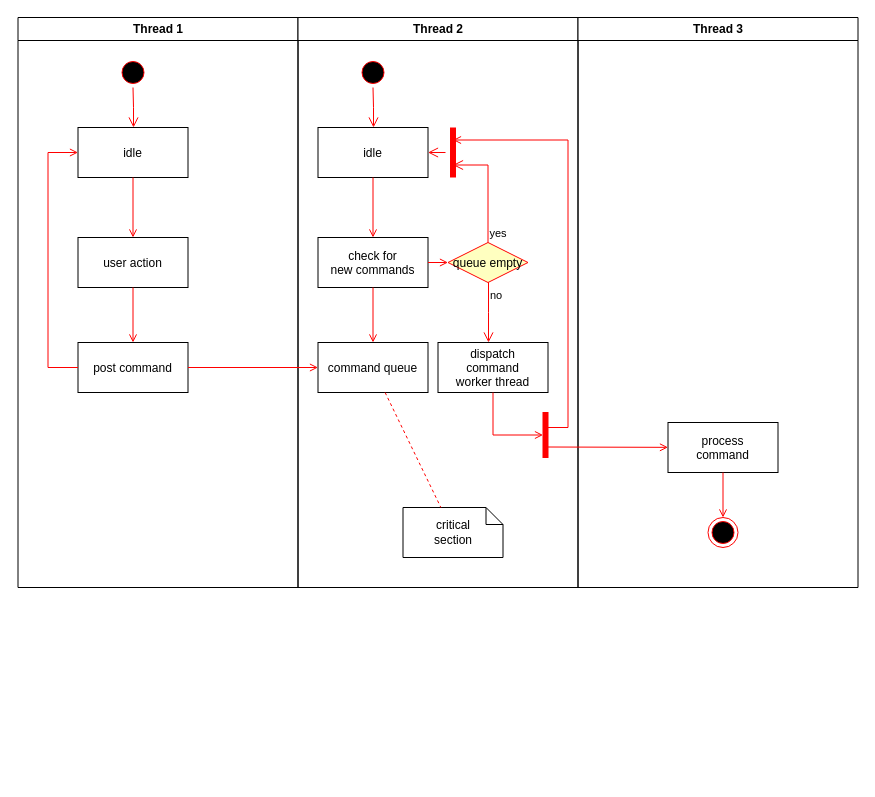
Before: dodo-status/Untitled Diagram.drawio in sa1i/diagrams, a draw.io diagram. Source tidied: cells renumbered, new cells numbered last; positions are measured from the earlier drawing's top-left corner, leaving out a move shared by most shapes. Both pictures are drawn from the tidied source at 100%, with x=0, y=0 at pixel (17, 17).
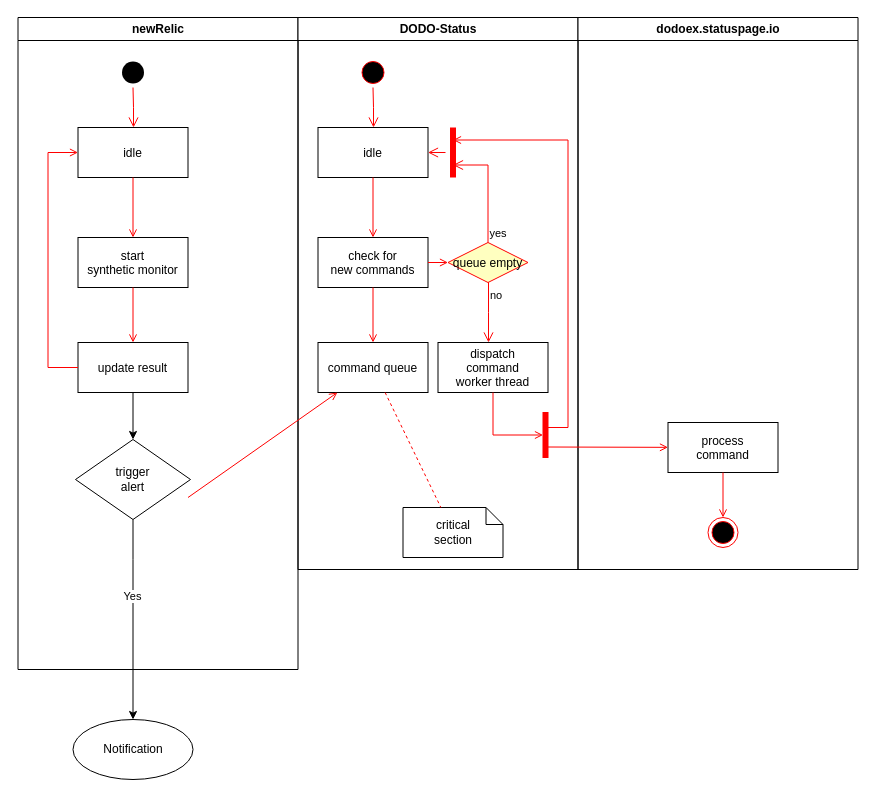
The same page after the edit.

The change refers to these unchanged cells:
```xml
<mxCell id="17" value="command queue" parent="11" vertex="1">
  <mxGeometry x="20" y="325" width="110" height="50" as="geometry" />
</mxCell>
```

Change to the diagram source:
```diff
@@
-    <mxCell id="2" value="Thread 1" style="swimlane;whiteSpace=wrap;" parent="1" vertex="1">
-      <mxGeometry x="0.5" width="280" height="570" as="geometry" />
+    <mxCell id="2" value="newRelic" style="swimlane;whiteSpace=wrap;" parent="1" vertex="1">
+      <mxGeometry x="0.5" width="280" height="652" as="geometry" />
     </mxCell>
-    <mxCell id="3" style="ellipse;shape=startState;fillColor=#000000;strokeColor=#ff0000;" parent="2" vertex="1">
+    <mxCell id="3" style="ellipse;shape=startState;fillColor=#000000;strokeColor=none;" parent="2" vertex="1">
       <mxGeometry x="100" y="40" width="30" height="30" as="geometry" />
     </mxCell>
@@
-    <mxCell id="6" value="user action" parent="2" vertex="1">
+    <mxCell id="6" value="start &#10;synthetic monitor" parent="2" vertex="1">
       <mxGeometry x="60" y="220" width="110" height="50" as="geometry" />
     </mxCell>
@@
-    <mxCell id="8" value="post command" parent="2" vertex="1">
+    <mxCell id="8" value="update result" parent="2" vertex="1">
       <mxGeometry x="60" y="325" width="110" height="50" as="geometry" />
     </mxCell>
@@
+    <mxCell id="37" value="trigger &lt;br&gt;alert" style="rhombus;whiteSpace=wrap;html=1;strokeColor=default;" parent="2" vertex="1">
+      <mxGeometry x="57.5" y="422" width="115" height="80" as="geometry" />
+    </mxCell>
+    <mxCell id="38" style="edgeStyle=orthogonalEdgeStyle;rounded=0;jettySize=auto;html=1;entryX=0.5;entryY=0;entryDx=0;entryDy=0;" parent="2" edge="1" source="8" target="37">
+      <mxGeometry relative="1" as="geometry" />
+    </mxCell>
-    <mxCell id="11" value="Thread 2" style="swimlane;whiteSpace=wrap;" parent="1" vertex="1">
-      <mxGeometry x="280.5" width="280" height="570" as="geometry" />
+    <mxCell id="11" value="DODO-Status" style="swimlane;whiteSpace=wrap;" parent="1" vertex="1">
+      <mxGeometry x="280.5" width="280" height="552" as="geometry" />
     </mxCell>
@@
-    <mxCell id="30" value="Thread 3" style="swimlane;whiteSpace=wrap;" parent="1" vertex="1">
-      <mxGeometry x="560.5" width="280" height="570" as="geometry" />
+    <mxCell id="30" value="dodoex.statuspage.io" style="swimlane;whiteSpace=wrap;" parent="1" vertex="1">
+      <mxGeometry x="560.5" width="280" height="552" as="geometry" />
     </mxCell>
@@
-    <mxCell id="36" style="endArrow=open;strokeColor=#FF0000;endFill=1;rounded=0;" parent="1" edge="1" source="8" target="17">
-      <mxGeometry relative="1" as="geometry" />
+    <mxCell id="36" style="endArrow=open;strokeColor=#FF0000;endFill=1;rounded=0;exitX=1;exitY=0.5;exitDx=0;exitDy=0;" parent="1" edge="1" target="17">
+      <mxGeometry relative="1" as="geometry">
+        <mxPoint x="170.5" y="480" as="sourcePoint" />
+      </mxGeometry>
     </mxCell>
+    <mxCell id="39" value="Notification" style="ellipse;whiteSpace=wrap;html=1;strokeColor=default;" parent="1" vertex="1">
+      <mxGeometry x="55.5" y="702" width="120" height="60" as="geometry" />
+    </mxCell>
+    <mxCell id="40" style="edgeStyle=orthogonalEdgeStyle;rounded=0;jettySize=auto;html=1;startArrow=none;startFill=0;" parent="1" edge="1" source="37" target="39">
+      <mxGeometry relative="1" as="geometry">
+        <Array as="points">
+          <mxPoint x="115.5" y="542" />
+          <mxPoint x="115.5" y="542" />
+        </Array>
+      </mxGeometry>
+    </mxCell>
+    <mxCell id="41" value="Yes" style="edgeLabel;html=1;align=center;verticalAlign=middle;" parent="40" vertex="1">
+      <mxGeometry x="-0.24" y="-1" relative="1" as="geometry" />
+    </mxCell>
```
